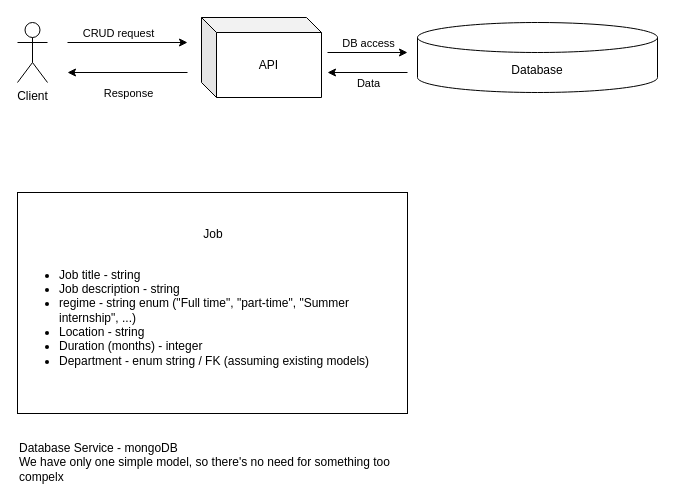
Earlier version of the draw.io diagram architecture.drawio (Migalvao/whitesmith-coding-challenge). Source tidied: cells renumbered, new cells numbered last; positions are measured from the earlier drawing's top-left corner, leaving out a move shared by most shapes. Both pictures are drawn from the tidied source at 100%, with x=0, y=0 at pixel (17, 17).
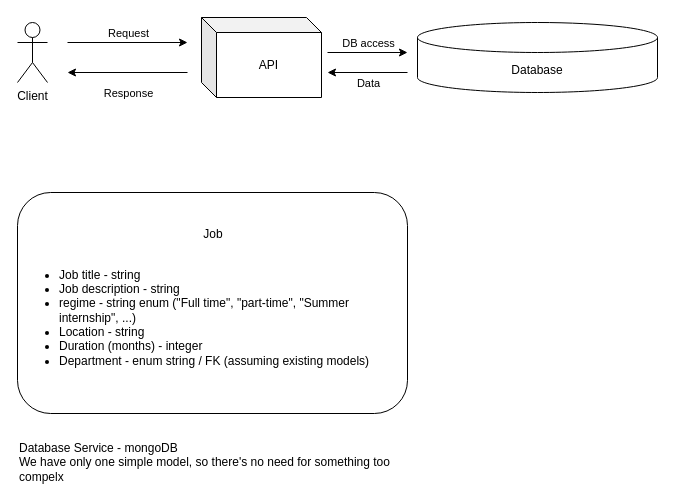
The same diagram, later.

Unchanged cells that the change refers to:
```xml
<mxCell id="5" style="endArrow=classic;html=1;" parent="1" edge="1">
  <mxGeometry relative="1" as="geometry">
    <mxPoint x="50" y="25" as="sourcePoint" />
    <mxPoint x="170" y="25" as="targetPoint" />
  </mxGeometry>
</mxCell>
```

Diff of the diagram source:
```diff
@@
-    <mxCell id="6" value="CRUD request" style="edgeLabel;html=1;align=center;verticalAlign=middle;" parent="5" vertex="1">
+    <mxCell id="6" value="Request" style="edgeLabel;html=1;align=center;verticalAlign=middle;" parent="5" vertex="1">
       <mxGeometry x="-0.32" y="-4" relative="1" as="geometry">
-        <mxPoint x="9" y="-14" as="offset" />
+        <mxPoint x="19" y="-14" as="offset" />
       </mxGeometry>
     </mxCell>
@@
-    <mxCell id="13" value="&lt;div style=&quot;text-align: center&quot;&gt;&lt;span&gt;Job&lt;/span&gt;&lt;/div&gt;&lt;br&gt;&lt;ul&gt;&lt;li&gt;Job title - string&lt;/li&gt;&lt;li&gt;Job description - string&lt;/li&gt;&lt;li&gt;regime - string enum (&quot;Full time&quot;, &quot;part-time&quot;, &quot;Summer internship&quot;, ...)&lt;/li&gt;&lt;li&gt;Location - string&lt;/li&gt;&lt;li&gt;Duration (months) - integer&lt;/li&gt;&lt;li&gt;Department - enum string / FK (assuming existing models)&lt;/li&gt;&lt;/ul&gt;" style="rounded=0;whiteSpace=wrap;html=1;align=left;" parent="1" vertex="1">
+    <mxCell id="13" value="&lt;div style=&quot;text-align: center&quot;&gt;&lt;span&gt;Job&lt;/span&gt;&lt;/div&gt;&lt;br&gt;&lt;ul&gt;&lt;li&gt;Job title - string&lt;/li&gt;&lt;li&gt;Job description - string&lt;/li&gt;&lt;li&gt;regime - string enum (&quot;Full time&quot;, &quot;part-time&quot;, &quot;Summer internship&quot;, ...)&lt;/li&gt;&lt;li&gt;Location - string&lt;/li&gt;&lt;li&gt;Duration (months) - integer&lt;/li&gt;&lt;li&gt;Department - enum string / FK (assuming existing models)&lt;/li&gt;&lt;/ul&gt;" style="rounded=1;whiteSpace=wrap;html=1;align=left;" parent="1" vertex="1">
       <mxGeometry y="175" width="390" height="221" as="geometry" />
     </mxCell>
```
